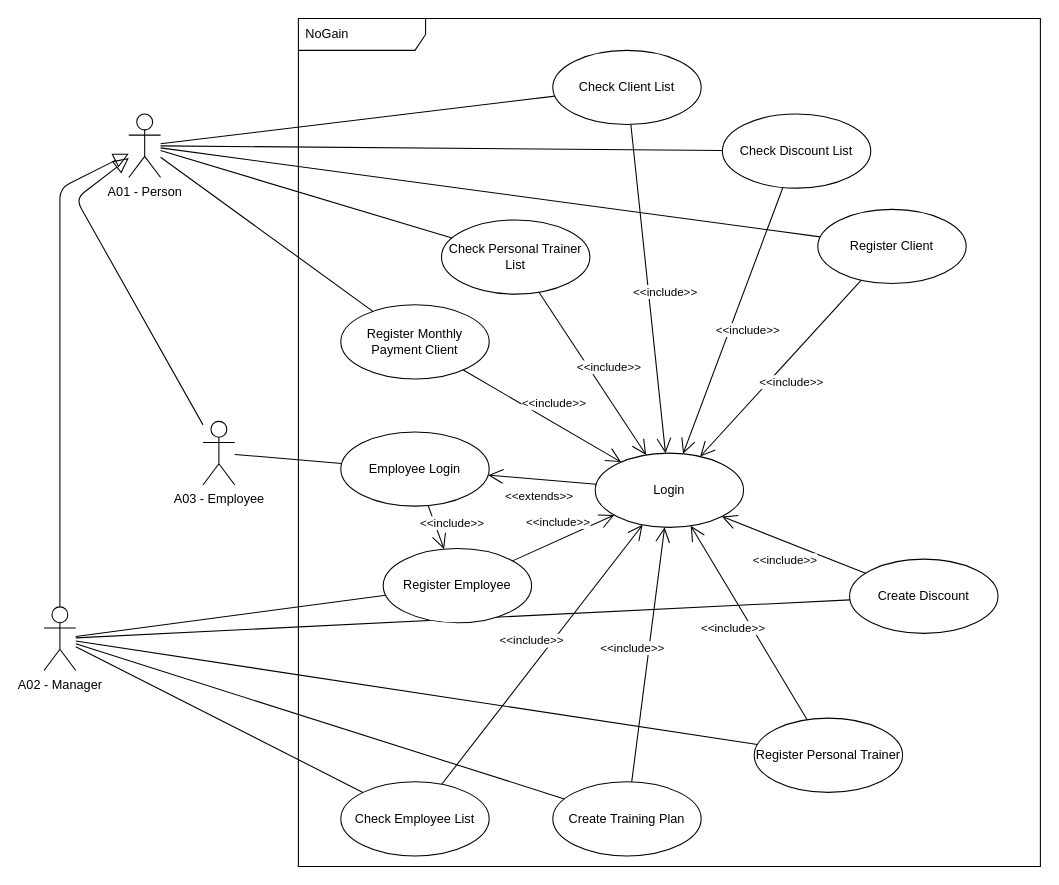
This is page "Pt" (1 of 2) of diagram/main/useCase.drawio from bosshentai/tccCode, a draw.io file, before an edit. Source tidied: cells renumbered, new cells numbered last; positions are measured from the earlier drawing's top-left corner, leaving out a move shared by most shapes. Both pictures are drawn from the tidied source at 106%, with x=0, y=0 at pixel (43, 18).
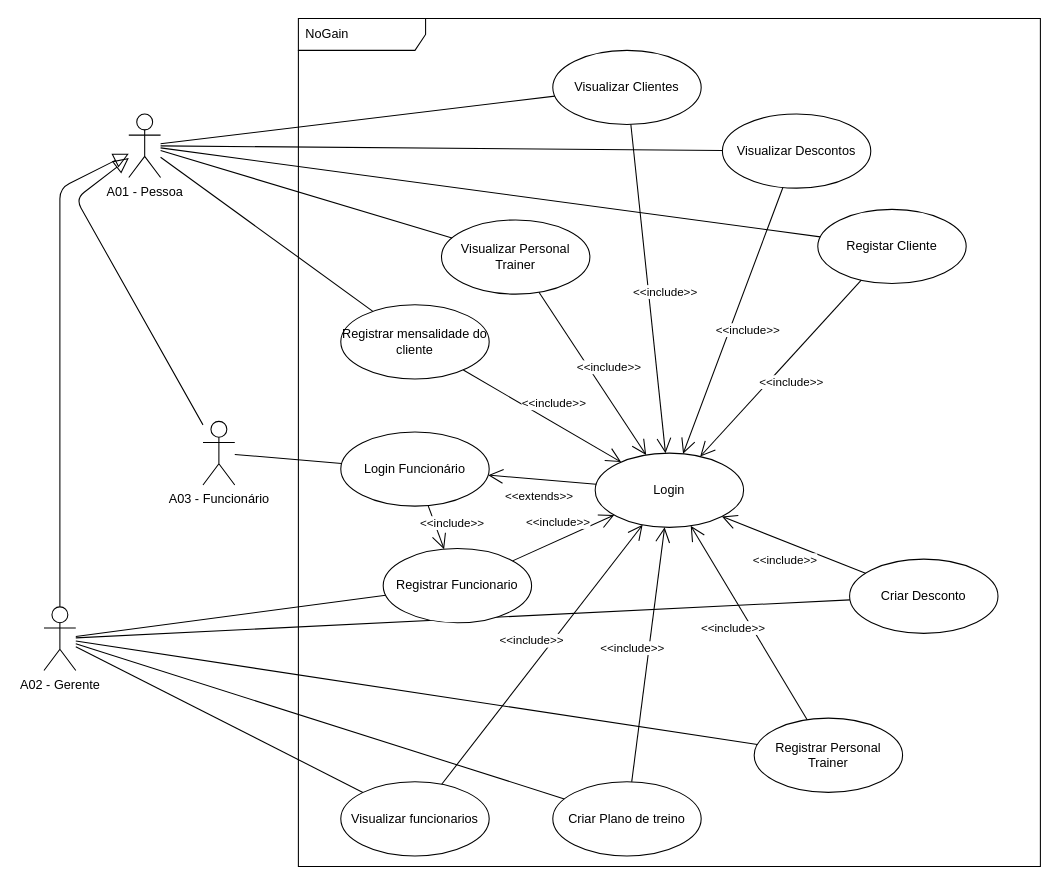
The same page after the edit.

Commit message:
use case had been done in pt and eng

The edit, as a diff of the source:
```diff
@@
-    <mxCell id="4" value="Register Client" style="ellipse;whiteSpace=wrap;html=1;" parent="1" vertex="1">
+    <mxCell id="4" value="Registar Cliente" style="ellipse;whiteSpace=wrap;html=1;" parent="1" vertex="1">
       <mxGeometry x="730" y="180" width="140" height="70" as="geometry" />
     </mxCell>
-    <mxCell id="5" value="Register Monthly Payment Client" style="ellipse;whiteSpace=wrap;html=1;" parent="1" vertex="1">
+    <mxCell id="5" value="Registrar mensalidade do cliente" style="ellipse;whiteSpace=wrap;html=1;" parent="1" vertex="1">
       <mxGeometry x="280" y="270" width="140" height="70" as="geometry" />
     </mxCell>
-    <mxCell id="6" value="Check Discount List" style="ellipse;whiteSpace=wrap;html=1;" parent="1" vertex="1">
+    <mxCell id="6" value="Visualizar Descontos" style="ellipse;whiteSpace=wrap;html=1;" parent="1" vertex="1">
       <mxGeometry x="640" y="90" width="140" height="70" as="geometry" />
     </mxCell>
-    <mxCell id="7" value="Check Personal Trainer List" style="ellipse;whiteSpace=wrap;html=1;" parent="1" vertex="1">
+    <mxCell id="7" value="Visualizar Personal Trainer" style="ellipse;whiteSpace=wrap;html=1;" parent="1" vertex="1">
       <mxGeometry x="375" y="190" width="140" height="70" as="geometry" />
     </mxCell>
-    <mxCell id="8" value="Check Client List" style="ellipse;whiteSpace=wrap;html=1;" parent="1" vertex="1">
+    <mxCell id="8" value="Visualizar Clientes" style="ellipse;whiteSpace=wrap;html=1;" parent="1" vertex="1">
       <mxGeometry x="480" y="30" width="140" height="70" as="geometry" />
     </mxCell>
-    <mxCell id="9" value="Check Employee List" style="ellipse;whiteSpace=wrap;html=1;" parent="1" vertex="1">
+    <mxCell id="9" value="Visualizar funcionarios" style="ellipse;whiteSpace=wrap;html=1;" parent="1" vertex="1">
       <mxGeometry x="280" y="720" width="140" height="70" as="geometry" />
     </mxCell>
-    <mxCell id="10" value="A02 - Manager" style="shape=umlActor;verticalLabelPosition=bottom;verticalAlign=top;html=1;" parent="1" vertex="1">
+    <mxCell id="10" value="A02 - Gerente" style="shape=umlActor;verticalLabelPosition=bottom;verticalAlign=top;html=1;" parent="1" vertex="1">
       <mxGeometry y="555" width="30" height="60" as="geometry" />
     </mxCell>
-    <mxCell id="11" value="A03 - Employee" style="shape=umlActor;verticalLabelPosition=bottom;verticalAlign=top;html=1;" parent="1" vertex="1">
+    <mxCell id="11" value="A03 - Funcionário" style="shape=umlActor;verticalLabelPosition=bottom;verticalAlign=top;html=1;" parent="1" vertex="1">
       <mxGeometry x="150" y="380" width="30" height="60" as="geometry" />
     </mxCell>
-    <mxCell id="12" value="A01 - Person" style="shape=umlActor;verticalLabelPosition=bottom;verticalAlign=top;html=1;" parent="1" vertex="1">
+    <mxCell id="12" value="A01 - Pessoa" style="shape=umlActor;verticalLabelPosition=bottom;verticalAlign=top;html=1;" parent="1" vertex="1">
       <mxGeometry x="80" y="90" width="30" height="60" as="geometry" />
     </mxCell>
-    <mxCell id="13" value="Register Personal Trainer" style="ellipse;whiteSpace=wrap;html=1;" parent="1" vertex="1">
+    <mxCell id="13" value="Registrar Personal Trainer" style="ellipse;whiteSpace=wrap;html=1;" parent="1" vertex="1">
       <mxGeometry x="670" y="660" width="140" height="70" as="geometry" />
     </mxCell>
-    <mxCell id="14" value="Create Training Plan" style="ellipse;whiteSpace=wrap;html=1;" parent="1" vertex="1">
+    <mxCell id="14" value="Criar Plano de treino" style="ellipse;whiteSpace=wrap;html=1;" parent="1" vertex="1">
       <mxGeometry x="480" y="720" width="140" height="70" as="geometry" />
     </mxCell>
-    <mxCell id="15" value="Create Discount" style="ellipse;whiteSpace=wrap;html=1;" parent="1" vertex="1">
+    <mxCell id="15" value="Criar Desconto" style="ellipse;whiteSpace=wrap;html=1;" parent="1" vertex="1">
       <mxGeometry x="760" y="510" width="140" height="70" as="geometry" />
     </mxCell>
@@
-    <mxCell id="25" value="Register Employee" style="ellipse;whiteSpace=wrap;html=1;" parent="1" vertex="1">
+    <mxCell id="25" value="Registrar Funcionario" style="ellipse;whiteSpace=wrap;html=1;" parent="1" vertex="1">
       <mxGeometry x="320" y="500" width="140" height="70" as="geometry" />
     </mxCell>
@@
-    <mxCell id="39" value="Employee Login" style="ellipse;whiteSpace=wrap;html=1;" parent="1" vertex="1">
+    <mxCell id="39" value="Login Funcionário" style="ellipse;whiteSpace=wrap;html=1;" parent="1" vertex="1">
       <mxGeometry x="280" y="390" width="140" height="70" as="geometry" />
     </mxCell>
```
